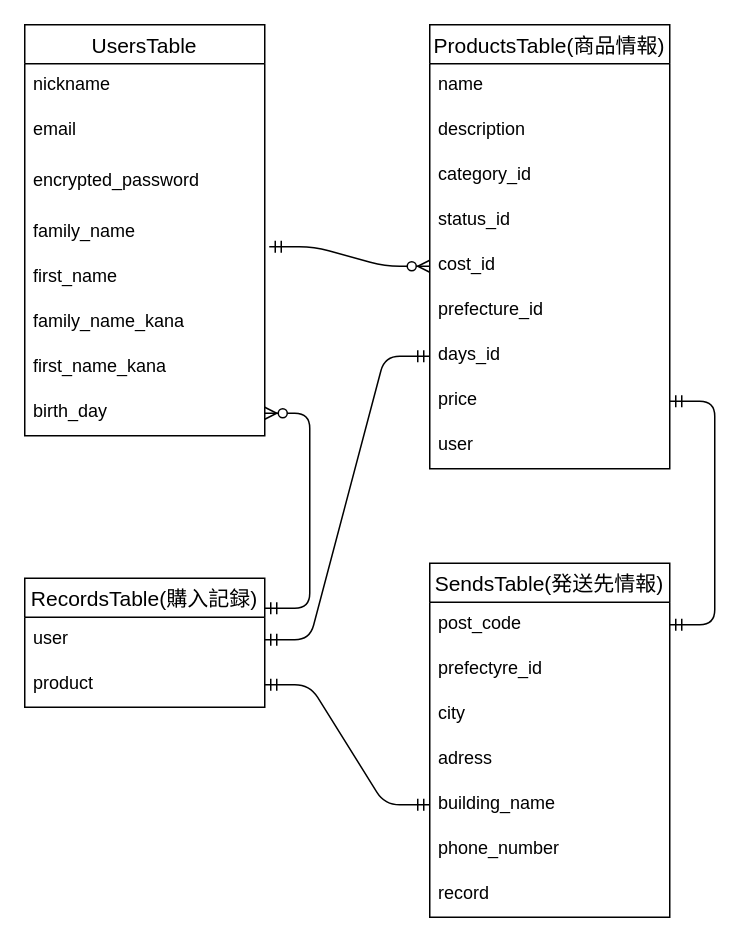
Earlier version of the draw.io diagram furima.dio (Sk20020822/furima-37952). Source tidied: cells renumbered, new cells numbered last; positions are measured from the earlier drawing's top-left corner, leaving out a move shared by most shapes. Both pictures are drawn from the tidied source at 150%, with x=0, y=0 at pixel (24, 24).
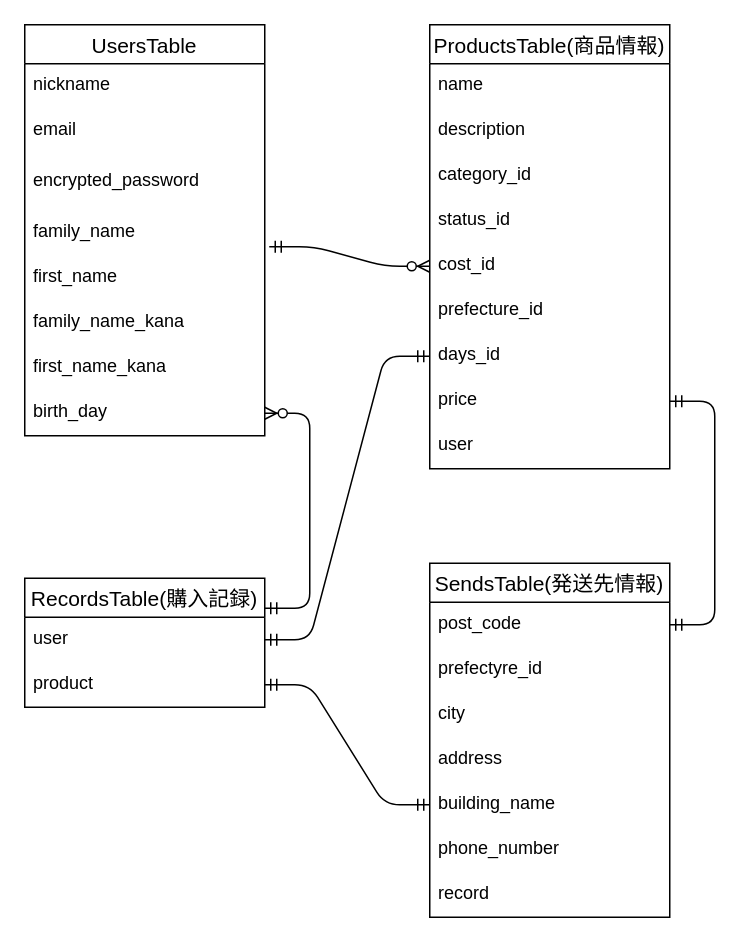
The same page after the edit.

The change refers to these unchanged cells:
```xml
<mxCell id="21" value="SendsTable(発送先情報)" style="swimlane;fontStyle=0;horizontal=1;startSize=26;align=center;fontSize=14;" parent="1" vertex="1">
  <mxGeometry x="270" y="359" width="160" height="236" as="geometry" />
</mxCell>
```

What changed in the source:
```diff
@@
-    <mxCell id="25" value="adress" style="text;strokeColor=none;fillColor=none;spacingLeft=4;spacingRight=4;overflow=hidden;fontSize=12;" parent="21" vertex="1">
+    <mxCell id="25" value="address" style="text;strokeColor=none;fillColor=none;spacingLeft=4;spacingRight=4;overflow=hidden;fontSize=12;" parent="21" vertex="1">
       <mxGeometry y="116" width="160" height="30" as="geometry" />
     </mxCell>
```
